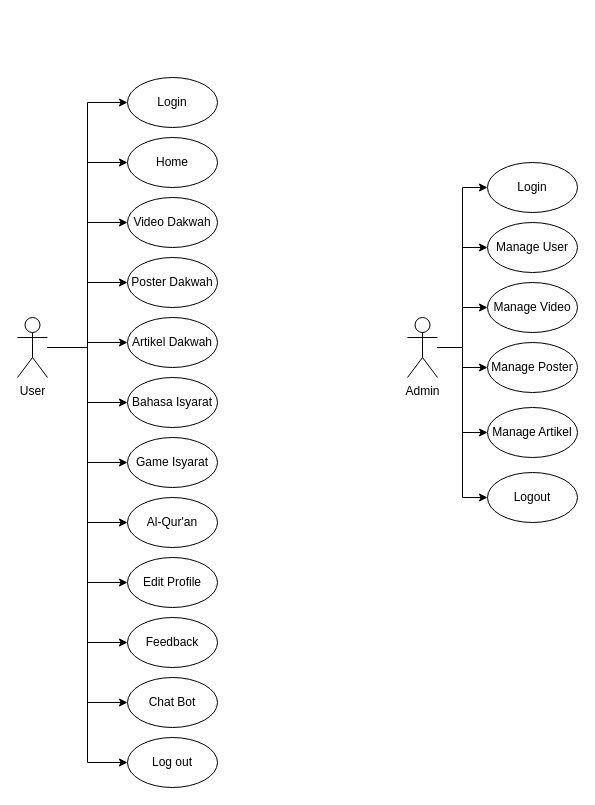
dikynugraha1111/db_structure keeps this draw.io diagram as usecaseBilHikmah.drawio. Above is the earlier version. Source tidied: cells renumbered, new cells numbered last; positions are measured from the earlier drawing's top-left corner, leaving out a move shared by most shapes. Both pictures are drawn from the tidied source at 100%, with x=0, y=0 at pixel (17, 77).
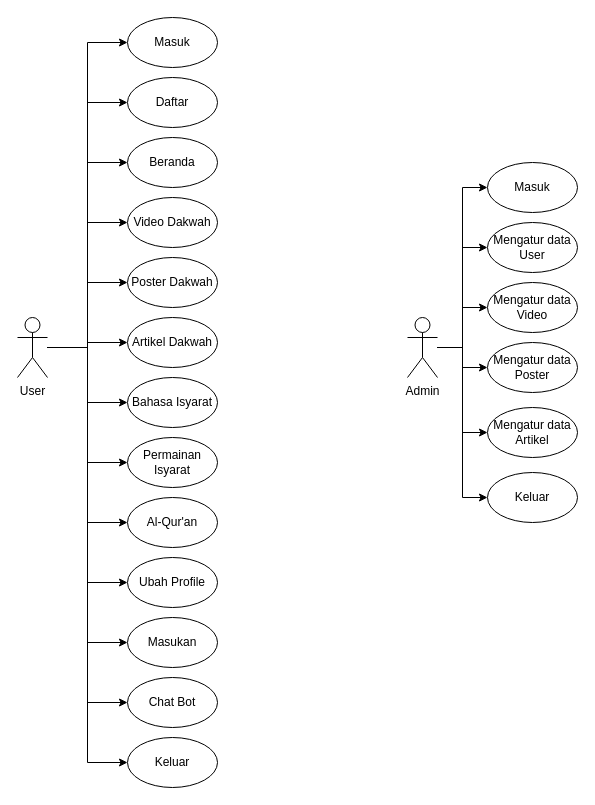
The same diagram, later.

The change refers to these unchanged cells:
```xml
<mxCell id="18" value="User" style="shape=umlActor;verticalLabelPosition=bottom;verticalAlign=top;html=1;" parent="1" vertex="1">
  <mxGeometry y="240" width="30" height="60" as="geometry" />
</mxCell>
```

Diff of the diagram source:
```diff
@@
-    <mxCell id="9" value="Login" style="ellipse;whiteSpace=wrap;html=1;" parent="1" vertex="1">
+    <mxCell id="9" value="Masuk" style="ellipse;whiteSpace=wrap;html=1;" parent="1" vertex="1">
       <mxGeometry x="470" y="85" width="90" height="50" as="geometry" />
     </mxCell>
-    <mxCell id="10" value="Manage User" style="ellipse;whiteSpace=wrap;html=1;" parent="1" vertex="1">
+    <mxCell id="10" value="Mengatur data User" style="ellipse;whiteSpace=wrap;html=1;" parent="1" vertex="1">
       <mxGeometry x="470" y="145" width="90" height="50" as="geometry" />
     </mxCell>
-    <mxCell id="11" value="Manage Video" style="ellipse;whiteSpace=wrap;html=1;" parent="1" vertex="1">
+    <mxCell id="11" value="Mengatur data Video" style="ellipse;whiteSpace=wrap;html=1;" parent="1" vertex="1">
       <mxGeometry x="470" y="205" width="90" height="50" as="geometry" />
     </mxCell>
-    <mxCell id="12" value="Manage Poster" style="ellipse;whiteSpace=wrap;html=1;" parent="1" vertex="1">
+    <mxCell id="12" value="Mengatur data Poster" style="ellipse;whiteSpace=wrap;html=1;" parent="1" vertex="1">
       <mxGeometry x="470" y="265" width="90" height="50" as="geometry" />
     </mxCell>
-    <mxCell id="13" value="Manage Artikel" style="ellipse;whiteSpace=wrap;html=1;" parent="1" vertex="1">
+    <mxCell id="13" value="Mengatur data Artikel" style="ellipse;whiteSpace=wrap;html=1;" parent="1" vertex="1">
       <mxGeometry x="470" y="330" width="90" height="50" as="geometry" />
     </mxCell>
-    <mxCell id="14" value="Logout" style="ellipse;whiteSpace=wrap;html=1;" parent="1" vertex="1">
+    <mxCell id="14" value="Keluar" style="ellipse;whiteSpace=wrap;html=1;" parent="1" vertex="1">
       <mxGeometry x="470" y="395" width="90" height="50" as="geometry" />
     </mxCell>
@@
+    <mxCell id="40" style="edgeStyle=orthogonalEdgeStyle;rounded=0;jettySize=auto;html=1;entryX=0;entryY=0.5;entryDx=0;entryDy=0;" parent="1" edge="1" source="18" target="41">
+      <mxGeometry relative="1" as="geometry" />
+    </mxCell>
@@
-    <mxCell id="19" value="Login" style="ellipse;whiteSpace=wrap;html=1;" parent="1" vertex="1">
-      <mxGeometry x="110" width="90" height="50" as="geometry" />
+    <mxCell id="19" value="Masuk" style="ellipse;whiteSpace=wrap;html=1;" parent="1" vertex="1">
+      <mxGeometry x="110" y="-60" width="90" height="50" as="geometry" />
     </mxCell>
@@
-    <mxCell id="21" value="Home" style="ellipse;whiteSpace=wrap;html=1;" parent="1" vertex="1">
+    <mxCell id="21" value="Beranda" style="ellipse;whiteSpace=wrap;html=1;" parent="1" vertex="1">
       <mxGeometry x="110" y="60" width="90" height="50" as="geometry" />
     </mxCell>
@@
-    <mxCell id="31" value="Game Isyarat" style="ellipse;whiteSpace=wrap;html=1;" parent="1" vertex="1">
+    <mxCell id="31" value="Permainan Isyarat" style="ellipse;whiteSpace=wrap;html=1;" parent="1" vertex="1">
       <mxGeometry x="110" y="360" width="90" height="50" as="geometry" />
     </mxCell>
@@
-    <mxCell id="35" value="Log out" style="ellipse;whiteSpace=wrap;html=1;" parent="1" vertex="1">
+    <mxCell id="35" value="Keluar" style="ellipse;whiteSpace=wrap;html=1;" parent="1" vertex="1">
       <mxGeometry x="110" y="660" width="90" height="50" as="geometry" />
     </mxCell>
@@
-    <mxCell id="37" value="Edit Profile" style="ellipse;whiteSpace=wrap;html=1;" parent="1" vertex="1">
+    <mxCell id="37" value="Ubah Profile" style="ellipse;whiteSpace=wrap;html=1;" parent="1" vertex="1">
       <mxGeometry x="110" y="480" width="90" height="50" as="geometry" />
     </mxCell>
-    <mxCell id="38" value="Feedback" style="ellipse;whiteSpace=wrap;html=1;" parent="1" vertex="1">
+    <mxCell id="38" value="Masukan" style="ellipse;whiteSpace=wrap;html=1;" parent="1" vertex="1">
       <mxGeometry x="110" y="540" width="90" height="50" as="geometry" />
     </mxCell>
@@
+    <mxCell id="41" value="Daftar" style="ellipse;whiteSpace=wrap;html=1;" parent="1" vertex="1">
+      <mxGeometry x="110" width="90" height="50" as="geometry" />
+    </mxCell>
```
